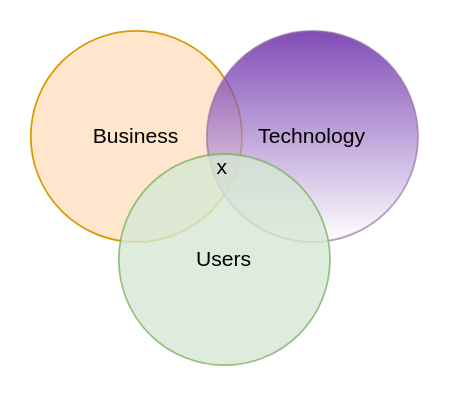
Above: Untitled Diagram.drawio in felipediaz/school (draw.io), before the change. Source tidied: cells renumbered, new cells numbered last; positions are measured from the earlier drawing's top-left corner, leaving out a move shared by most shapes. Both pictures are drawn from the tidied source at 176%, with x=0, y=0 at pixel (30, 30).
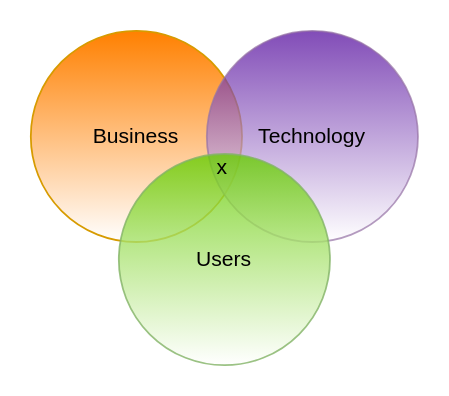
The same diagram, later.

Diff of the diagram source:
```diff
@@
 <mxGraphModel>
   <root>
     <mxCell id="0" />
     <mxCell id="1" parent="0" />
-    <mxCell id="2" value="Business" style="ellipse;whiteSpace=wrap;html=1;fillColor=#ffe6cc;strokeColor=#d79b00;" parent="1" vertex="1">
+    <mxCell id="2" value="Business" style="ellipse;whiteSpace=wrap;html=1;fillColor=#FF8000;strokeColor=#d79b00;gradientColor=#ffffff;" parent="1" vertex="1">
       <mxGeometry width="120" height="120" as="geometry" />
     </mxCell>
     <mxCell id="3" value="Technology" style="ellipse;whiteSpace=wrap;html=1;fillColor=#4C0099;strokeColor=#9673a6;opacity=70;gradientColor=#ffffff;" parent="1" vertex="1">
       <mxGeometry x="100" width="120" height="120" as="geometry" />
     </mxCell>
-    <mxCell id="4" value="Users" style="ellipse;whiteSpace=wrap;html=1;fillColor=#d5e8d4;strokeColor=#82b366;opacity=80;" parent="1" vertex="1">
+    <mxCell id="4" value="Users" style="ellipse;whiteSpace=wrap;html=1;fillColor=#66CC00;strokeColor=#82b366;opacity=80;gradientColor=#ffffff;" parent="1" vertex="1">
       <mxGeometry x="50" y="70" width="120" height="120" as="geometry" />
     </mxCell>
     <mxCell id="5" value="x" style="text;html=1;strokeColor=none;fillColor=none;align=center;verticalAlign=middle;whiteSpace=wrap;rounded=0;" parent="1" vertex="1">
       <mxGeometry x="89" y="68" width="40" height="20" as="geometry" />
     </mxCell>
   </root>
 </mxGraphModel>
```
